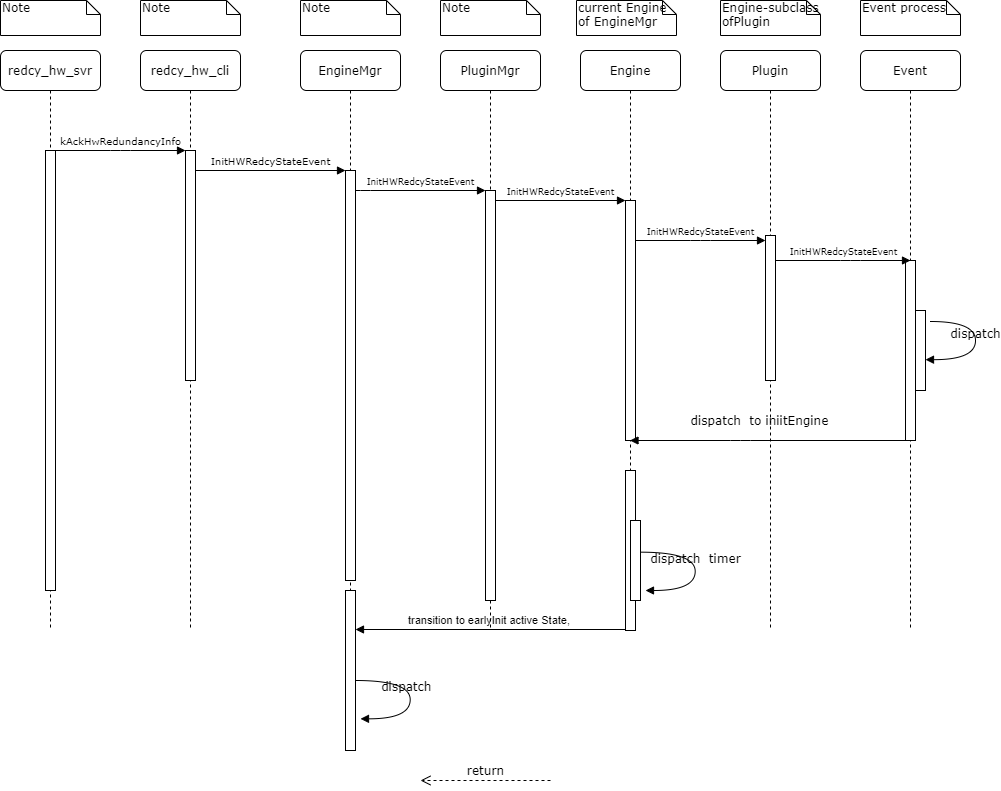
The draw.io diagram UML/StartActiveRedundancy.png in Steve888888/FN-Redundancy, before a commit. Source tidied: cells renumbered, new cells last; positions are measured from the earlier drawing's top-left corner, leaving out a move shared by most shapes.
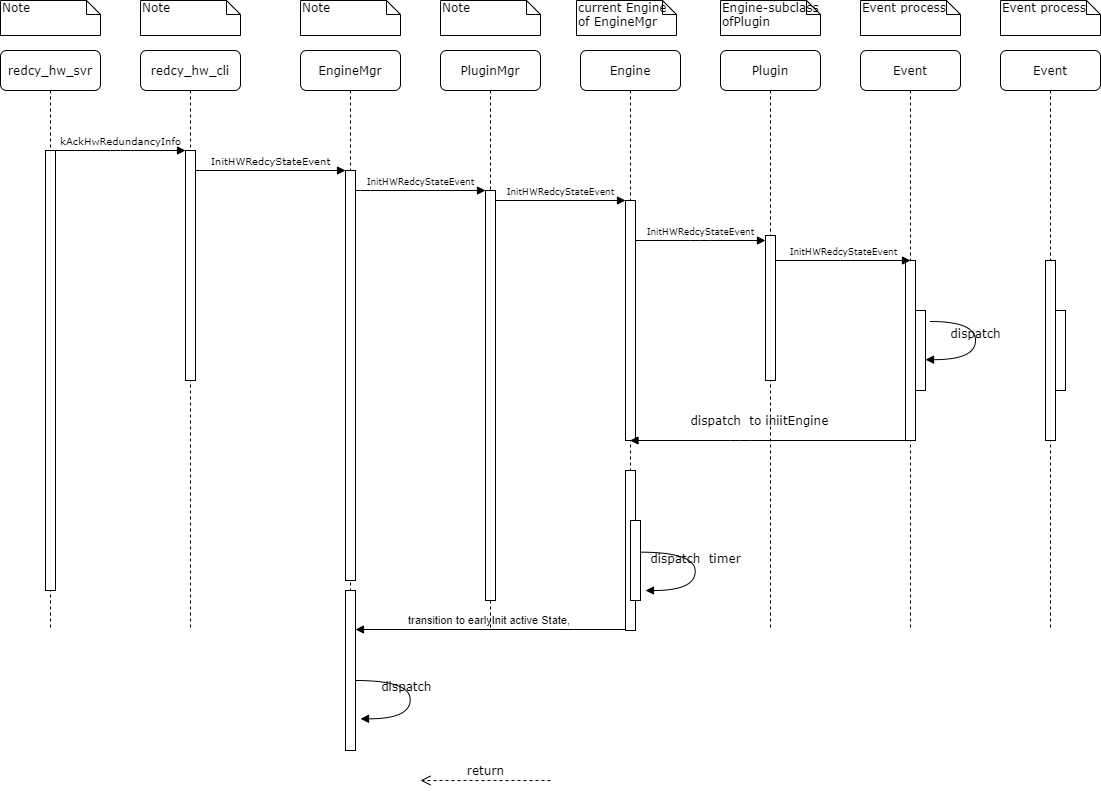
Later version of the same file.

What changed in the source:
```diff
@@ -162,5 +162,17 @@
         </Array>
       </mxGeometry>
     </mxCell>
+    <mxCell id="39" value="Event process" style="shape=note;whiteSpace=wrap;html=1;size=14;verticalAlign=top;align=left;spacingTop=-6;rounded=0;shadow=0;comic=0;labelBackgroundColor=none;strokeWidth=1;fontFamily=Verdana;fontSize=12;" parent="1" vertex="1">
+      <mxGeometry x="1000" width="100" height="35" as="geometry" />
+    </mxCell>
+    <mxCell id="40" value="Event" style="shape=umlLifeline;perimeter=lifelinePerimeter;whiteSpace=wrap;html=1;rounded=1;shadow=0;comic=0;labelBackgroundColor=none;strokeWidth=1;fontFamily=Verdana;fontSize=12;align=center;" parent="1" vertex="1">
+      <mxGeometry x="1000" y="50" width="100" height="580" as="geometry" />
+    </mxCell>
+    <mxCell id="41" style="html=1;perimeter=orthogonalPerimeter;rounded=0;shadow=0;comic=0;labelBackgroundColor=none;strokeColor=#000000;strokeWidth=1;fillColor=#FFFFFF;fontFamily=Verdana;fontSize=12;fontColor=#000000;align=center;" parent="40" vertex="1">
+      <mxGeometry x="45" y="210" width="10" height="180" as="geometry" />
+    </mxCell>
+    <mxCell id="42" style="html=1;perimeter=orthogonalPerimeter;" parent="40" vertex="1">
+      <mxGeometry x="55" y="260" width="10" height="80" as="geometry" />
+    </mxCell>
   </root>
 </mxGraphModel>
```
